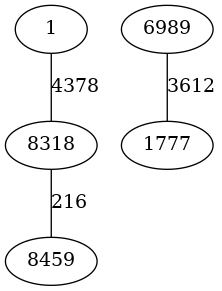
Above: src/output_Prim.png in Joaopclopes/Teoria-dos-Grafos-Trabalho-1 (Graphviz), before the change. Its source is kept beside it as src/output_Prim.dot.
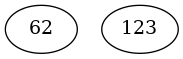
The same file after the commit.

What changed in the source:
```diff
@@ -1,5 +1,5 @@
 graph{
-1 -- 8318[label = 4378];
-8318 -- 8459[label = 216];
-6989 -- 1777[label = 3612];
+62;
+123;
+123;
 }
```
